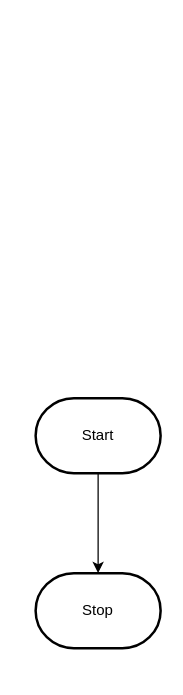
Earlier version of the draw.io diagram design/flowchart.drawio (MTHS-ICS2O-2-2022/ICS2O-Unit-6-04-lamees-hemdan). Source tidied: cells renumbered, new cells numbered last; positions are measured from the earlier drawing's top-left corner, leaving out a move shared by most shapes. Both pictures are drawn from the tidied source at 125%, with x=0, y=0 at pixel (35, 398).
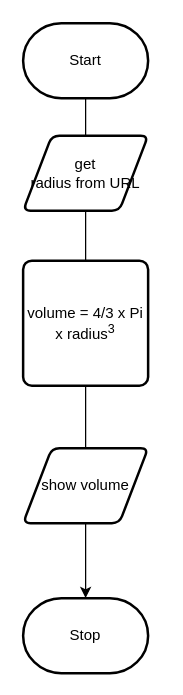
The same diagram, later.

Change to the diagram source:
```diff
@@
 <mxGraphModel>
   <root>
     <mxCell id="0" />
     <mxCell id="1" parent="0" />
-    <mxCell id="2" style="edgeStyle=orthogonalEdgeStyle;html=1;rounded=0;" parent="1" edge="1" source="3" target="4">
+    <mxCell id="2" style="edgeStyle=orthogonalEdgeStyle;html=1;rounded=0;startArrow=none;" parent="1" edge="1" source="10" target="4">
       <mxGeometry relative="1" as="geometry" />
     </mxCell>
     <mxCell id="3" value="Start" style="strokeWidth=2;html=1;shape=mxgraph.flowchart.terminator;whiteSpace=wrap;" parent="1" vertex="1">
-      <mxGeometry width="100" height="60" as="geometry" />
+      <mxGeometry x="-10" y="-300" width="100" height="60" as="geometry" />
     </mxCell>
     <mxCell id="4" value="Stop" style="strokeWidth=2;html=1;shape=mxgraph.flowchart.terminator;whiteSpace=wrap;" parent="1" vertex="1">
-      <mxGeometry y="140" width="100" height="60" as="geometry" />
+      <mxGeometry x="-10" y="160" width="100" height="60" as="geometry" />
     </mxCell>
+    <mxCell id="5" style="edgeStyle=orthogonalEdgeStyle;html=1;rounded=0;endArrow=none;" parent="1" edge="1" source="3" target="6">
+      <mxGeometry relative="1" as="geometry" />
+    </mxCell>
+    <mxCell id="6" value="get &lt;br&gt;radius from URL" style="shape=parallelogram;html=1;strokeWidth=2;perimeter=parallelogramPerimeter;whiteSpace=wrap;rounded=1;arcSize=12;size=0.23;" parent="1" vertex="1">
+      <mxGeometry x="-10" y="-210" width="100" height="60" as="geometry" />
+    </mxCell>
+    <mxCell id="7" style="edgeStyle=orthogonalEdgeStyle;html=1;rounded=0;startArrow=none;endArrow=none;" parent="1" edge="1" source="6" target="8">
+      <mxGeometry relative="1" as="geometry" />
+    </mxCell>
+    <mxCell id="8" value="volume = 4/3 x Pi x radius&lt;sup&gt;3&lt;/sup&gt;" style="rounded=1;whiteSpace=wrap;html=1;absoluteArcSize=1;arcSize=14;strokeWidth=2;" parent="1" vertex="1">
+      <mxGeometry x="-10" y="-110" width="100" height="100" as="geometry" />
+    </mxCell>
+    <mxCell id="9" style="edgeStyle=orthogonalEdgeStyle;html=1;rounded=0;startArrow=none;endArrow=none;" parent="1" edge="1" source="8" target="10">
+      <mxGeometry relative="1" as="geometry" />
+    </mxCell>
+    <mxCell id="10" value="show volume" style="shape=parallelogram;html=1;strokeWidth=2;perimeter=parallelogramPerimeter;whiteSpace=wrap;rounded=1;arcSize=12;size=0.23;" parent="1" vertex="1">
+      <mxGeometry x="-10" y="40" width="100" height="60" as="geometry" />
+    </mxCell>
   </root>
 </mxGraphModel>
```
